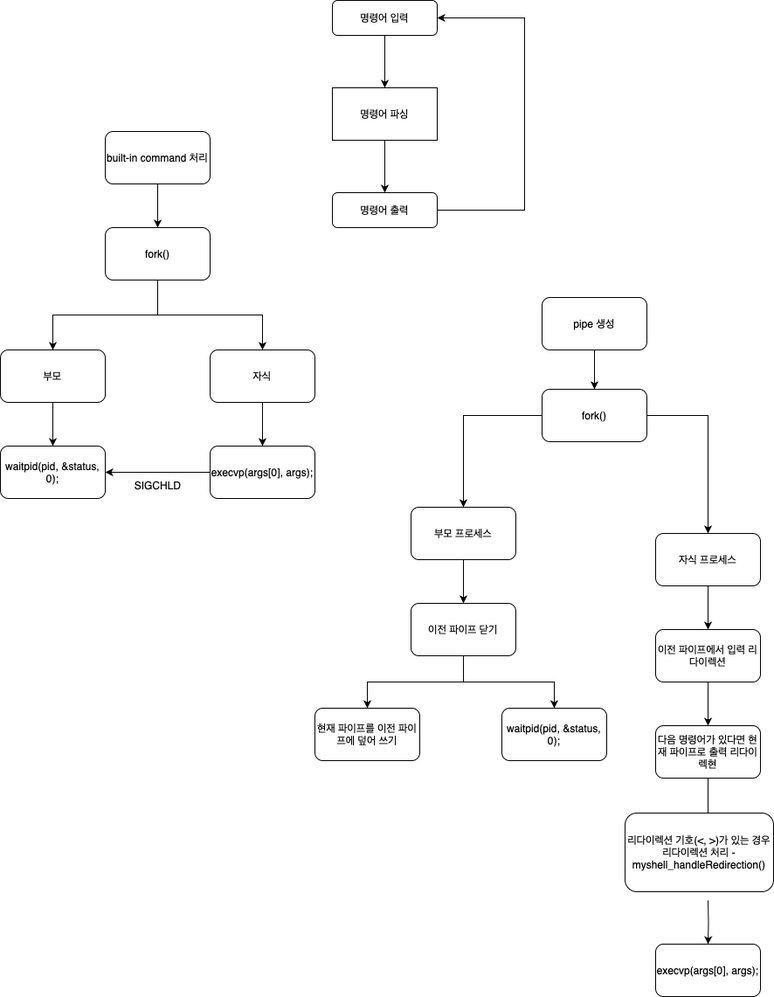
Above: 제목 없는 다이어그램.drawio.png in revenantonthemission/CSE4100-Project-2 (draw.io), before the change. Source tidied: cells renumbered, new cells last; positions are measured from the earlier drawing's top-left corner, leaving out a move shared by most shapes.
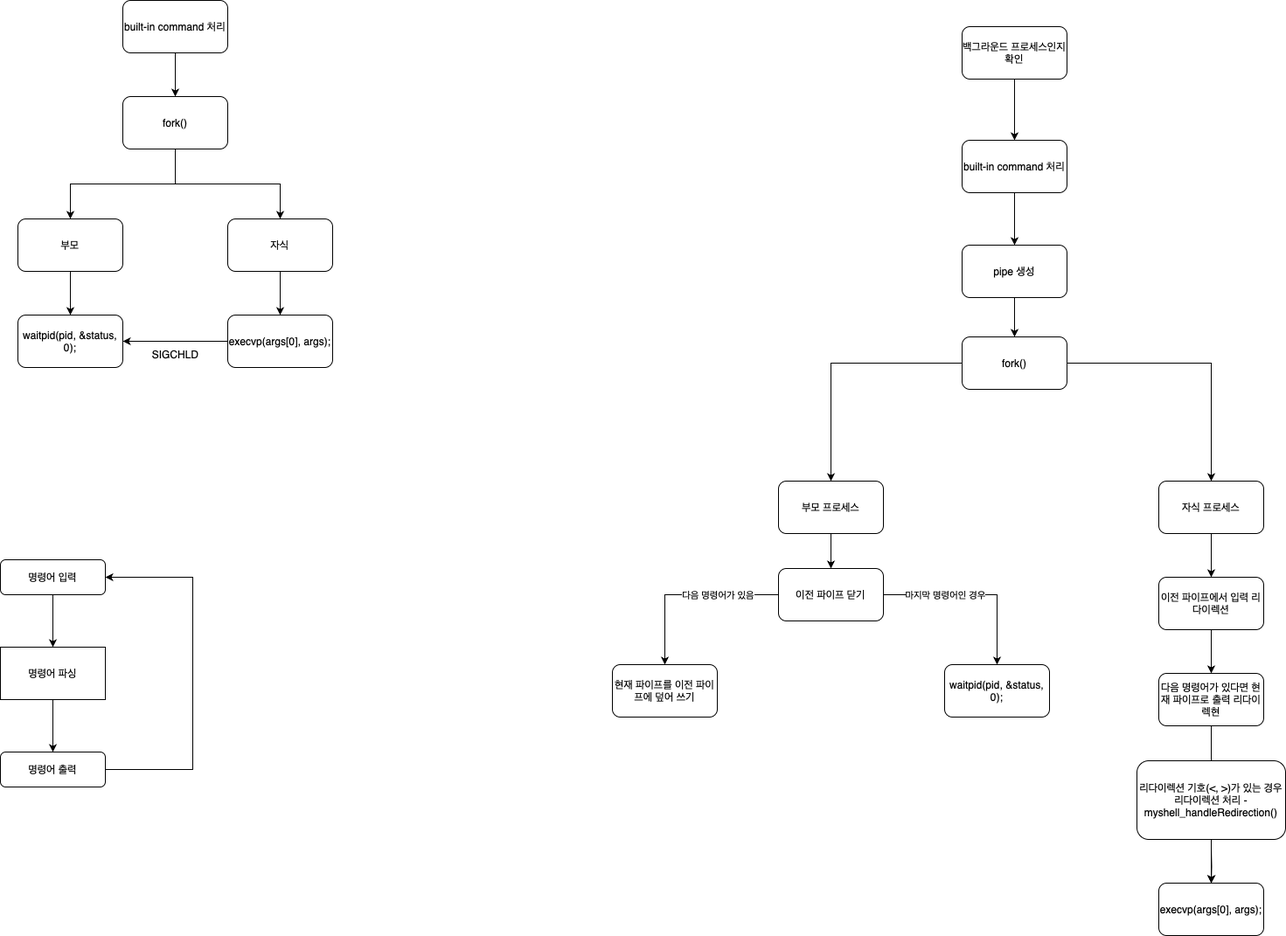
The same file after the commit.

Commit message:
제목 없는 다이어그램.drawio.png 업데이트

What changed in the source:
```diff
@@ -5,7 +5,7 @@
     <mxCell id="2" style="edgeStyle=elbowEdgeStyle;rounded=0;jettySize=auto;html=1;entryX=1;entryY=0.5;entryDx=0;entryDy=0;exitX=1;exitY=0.5;exitDx=0;exitDy=0;" parent="1" edge="1" source="5" target="4">
       <mxGeometry relative="1" as="geometry">
         <Array as="points">
-          <mxPoint x="600" y="110" />
+          <mxPoint x="-260" y="810" />
         </Array>
       </mxGeometry>
     </mxCell>
@@ -13,16 +13,16 @@
       <mxGeometry relative="1" as="geometry" />
     </mxCell>
     <mxCell id="4" value="명령어 입력" style="rounded=1;whiteSpace=wrap;html=1;fontSize=12;glass=0;strokeWidth=1;shadow=0;" parent="1" vertex="1">
-      <mxGeometry x="380" width="120" height="40" as="geometry" />
+      <mxGeometry x="-480" y="700" width="120" height="40" as="geometry" />
     </mxCell>
     <mxCell id="5" value="명령어 출력" style="rounded=1;whiteSpace=wrap;html=1;fontSize=12;glass=0;strokeWidth=1;shadow=0;" parent="1" vertex="1">
-      <mxGeometry x="380" y="220" width="120" height="40" as="geometry" />
+      <mxGeometry x="-480" y="920" width="120" height="40" as="geometry" />
     </mxCell>
     <mxCell id="6" style="edgeStyle=orthogonalEdgeStyle;rounded=0;jettySize=auto;html=1;" parent="1" edge="1" source="7" target="5">
       <mxGeometry relative="1" as="geometry" />
     </mxCell>
     <mxCell id="7" value="명령어 파싱" style="rounded=0;whiteSpace=wrap;html=1;" parent="1" vertex="1">
-      <mxGeometry x="380" y="100" width="120" height="60" as="geometry" />
+      <mxGeometry x="-480" y="800" width="120" height="60" as="geometry" />
     </mxCell>
     <mxCell id="8" style="edgeStyle=orthogonalEdgeStyle;rounded=0;jettySize=auto;html=1;" parent="1" edge="1" source="10" target="12">
       <mxGeometry relative="1" as="geometry" />
@@ -31,43 +31,43 @@
       <mxGeometry relative="1" as="geometry" />
     </mxCell>
     <mxCell id="10" value="fork()" style="rounded=1;whiteSpace=wrap;html=1;" parent="1" vertex="1">
-      <mxGeometry x="120" y="260" width="120" height="60" as="geometry" />
+      <mxGeometry x="-340" y="170" width="120" height="60" as="geometry" />
     </mxCell>
     <mxCell id="11" style="edgeStyle=orthogonalEdgeStyle;rounded=0;jettySize=auto;html=1;" parent="1" edge="1" source="12" target="16">
       <mxGeometry relative="1" as="geometry" />
     </mxCell>
     <mxCell id="12" value="자식" style="whiteSpace=wrap;html=1;rounded=1;" parent="1" vertex="1">
-      <mxGeometry x="240" y="400" width="120" height="60" as="geometry" />
+      <mxGeometry x="-220" y="310" width="120" height="60" as="geometry" />
     </mxCell>
     <mxCell id="13" style="edgeStyle=orthogonalEdgeStyle;rounded=0;jettySize=auto;html=1;" parent="1" edge="1" source="14" target="17">
       <mxGeometry relative="1" as="geometry" />
     </mxCell>
     <mxCell id="14" value="부모" style="rounded=1;whiteSpace=wrap;html=1;" parent="1" vertex="1">
-      <mxGeometry y="400" width="120" height="60" as="geometry" />
+      <mxGeometry x="-460" y="310" width="120" height="60" as="geometry" />
     </mxCell>
     <mxCell id="15" style="edgeStyle=orthogonalEdgeStyle;rounded=0;jettySize=auto;html=1;entryX=1;entryY=0.5;entryDx=0;entryDy=0;" parent="1" edge="1" source="16" target="17">
       <mxGeometry relative="1" as="geometry" />
     </mxCell>
     <mxCell id="16" value="execvp(args[0], args);" style="whiteSpace=wrap;html=1;rounded=1;" parent="1" vertex="1">
-      <mxGeometry x="240" y="510" width="120" height="60" as="geometry" />
+      <mxGeometry x="-220" y="420" width="120" height="60" as="geometry" />
     </mxCell>
     <mxCell id="17" value="waitpid(pid, &amp;amp;status, 0);" style="rounded=1;whiteSpace=wrap;html=1;" parent="1" vertex="1">
-      <mxGeometry y="510" width="120" height="60" as="geometry" />
+      <mxGeometry x="-460" y="420" width="120" height="60" as="geometry" />
     </mxCell>
     <mxCell id="18" style="edgeStyle=orthogonalEdgeStyle;rounded=0;jettySize=auto;html=1;" parent="1" edge="1" source="19" target="10">
       <mxGeometry relative="1" as="geometry" />
     </mxCell>
     <mxCell id="19" value="built-in command 처리" style="rounded=1;whiteSpace=wrap;html=1;" parent="1" vertex="1">
-      <mxGeometry x="120" y="150" width="120" height="60" as="geometry" />
+      <mxGeometry x="-340" y="60" width="120" height="60" as="geometry" />
     </mxCell>
     <mxCell id="20" value="SIGCHLD" style="text;html=1;align=center;verticalAlign=middle;strokeColor=none;fillColor=none;" parent="1" vertex="1">
-      <mxGeometry x="140" y="540" width="80" height="30" as="geometry" />
+      <mxGeometry x="-320" y="450" width="80" height="30" as="geometry" />
     </mxCell>
     <mxCell id="21" style="edgeStyle=orthogonalEdgeStyle;rounded=0;jettySize=auto;html=1;" parent="1" edge="1" source="22" target="31">
       <mxGeometry relative="1" as="geometry" />
     </mxCell>
     <mxCell id="22" value="자식 프로세스" style="rounded=1;whiteSpace=wrap;html=1;" parent="1" vertex="1">
-      <mxGeometry x="750" y="610" width="120" height="60" as="geometry" />
+      <mxGeometry x="845" y="610" width="120" height="60" as="geometry" />
     </mxCell>
     <mxCell id="23" style="edgeStyle=orthogonalEdgeStyle;rounded=0;jettySize=auto;html=1;" parent="1" edge="1" source="25" target="22">
       <mxGeometry relative="1" as="geometry" />
@@ -88,47 +88,72 @@
       <mxGeometry relative="1" as="geometry" />
     </mxCell>
     <mxCell id="29" value="부모 프로세스" style="rounded=1;whiteSpace=wrap;html=1;" parent="1" vertex="1">
-      <mxGeometry x="470" y="580" width="120" height="60" as="geometry" />
+      <mxGeometry x="410" y="610" width="120" height="60" as="geometry" />
     </mxCell>
     <mxCell id="30" style="edgeStyle=orthogonalEdgeStyle;rounded=0;jettySize=auto;html=1;" parent="1" edge="1" source="31" target="33">
       <mxGeometry relative="1" as="geometry" />
     </mxCell>
     <mxCell id="31" value="이전 파이프에서 입력 리다이렉션" style="rounded=1;whiteSpace=wrap;html=1;" parent="1" vertex="1">
-      <mxGeometry x="750" y="720" width="120" height="60" as="geometry" />
+      <mxGeometry x="845" y="720" width="120" height="60" as="geometry" />
     </mxCell>
     <mxCell id="32" style="edgeStyle=orthogonalEdgeStyle;rounded=0;jettySize=auto;html=1;" parent="1" edge="1" source="33">
       <mxGeometry relative="1" as="geometry">
-        <mxPoint x="810" y="940" as="targetPoint" />
+        <mxPoint x="905" y="940" as="targetPoint" />
       </mxGeometry>
     </mxCell>
     <mxCell id="33" value="다음 명령어가 있다면 현재 파이프로 출력 리다이렉현" style="rounded=1;whiteSpace=wrap;html=1;" parent="1" vertex="1">
-      <mxGeometry x="750" y="830" width="120" height="60" as="geometry" />
+      <mxGeometry x="845" y="830" width="120" height="60" as="geometry" />
     </mxCell>
     <mxCell id="34" style="edgeStyle=orthogonalEdgeStyle;rounded=0;jettySize=auto;html=1;" parent="1" edge="1" target="36">
       <mxGeometry relative="1" as="geometry">
-        <mxPoint x="810" y="1030" as="sourcePoint" />
+        <mxPoint x="905" y="1030" as="sourcePoint" />
       </mxGeometry>
     </mxCell>
+    <mxCell id="42" style="edgeStyle=orthogonalEdgeStyle;rounded=0;jettySize=auto;html=1;" parent="1" edge="1" source="35" target="36">
+      <mxGeometry relative="1" as="geometry" />
+    </mxCell>
     <mxCell id="35" value="리다이렉션 기호(&amp;lt;, &amp;gt;)가 있는 경우 리다이렉션 처리 - myshell_handleRedirection()" style="rounded=1;whiteSpace=wrap;html=1;" parent="1" vertex="1">
-      <mxGeometry x="715" y="930" width="170" height="90" as="geometry" />
+      <mxGeometry x="820" y="930" width="170" height="90" as="geometry" />
     </mxCell>
     <mxCell id="36" value="execvp(args[0], args);" style="rounded=1;whiteSpace=wrap;html=1;" parent="1" vertex="1">
-      <mxGeometry x="750" y="1080" width="120" height="60" as="geometry" />
+      <mxGeometry x="845" y="1070" width="120" height="60" as="geometry" />
     </mxCell>
     <mxCell id="37" style="edgeStyle=orthogonalEdgeStyle;rounded=0;jettySize=auto;html=1;" parent="1" edge="1" source="39" target="40">
       <mxGeometry relative="1" as="geometry" />
     </mxCell>
+    <mxCell id="43" value="다음 명령어가 있음" style="edgeLabel;html=1;align=center;verticalAlign=middle;" parent="37" vertex="1">
+      <mxGeometry x="-0.05" y="-1" relative="1" as="geometry">
+        <mxPoint x="30" y="1" as="offset" />
+      </mxGeometry>
+    </mxCell>
     <mxCell id="38" style="edgeStyle=orthogonalEdgeStyle;rounded=0;jettySize=auto;html=1;entryX=0.5;entryY=0;entryDx=0;entryDy=0;" parent="1" edge="1" source="39" target="41">
       <mxGeometry relative="1" as="geometry" />
     </mxCell>
+    <mxCell id="44" value="마지막 명령어인 경우" style="edgeLabel;html=1;align=center;verticalAlign=middle;" parent="38" vertex="1">
+      <mxGeometry x="-0.13" y="2" relative="1" as="geometry">
+        <mxPoint x="-21" y="2" as="offset" />
+      </mxGeometry>
+    </mxCell>
     <mxCell id="39" value="이전 파이프 닫기" style="rounded=1;whiteSpace=wrap;html=1;" parent="1" vertex="1">
-      <mxGeometry x="470" y="690" width="120" height="60" as="geometry" />
+      <mxGeometry x="410" y="710" width="120" height="60" as="geometry" />
     </mxCell>
     <mxCell id="40" value="현재 파이프를 이전 파이프에 덮어 쓰기" style="rounded=1;whiteSpace=wrap;html=1;" parent="1" vertex="1">
-      <mxGeometry x="360" y="810" width="120" height="60" as="geometry" />
+      <mxGeometry x="220" y="820" width="120" height="60" as="geometry" />
     </mxCell>
     <mxCell id="41" value="waitpid(pid, &amp;amp;status, 0);" style="rounded=1;whiteSpace=wrap;html=1;" parent="1" vertex="1">
-      <mxGeometry x="574" y="810" width="120" height="60" as="geometry" />
+      <mxGeometry x="600" y="820" width="120" height="60" as="geometry" />
     </mxCell>
+    <mxCell id="45" style="edgeStyle=orthogonalEdgeStyle;rounded=0;jettySize=auto;html=1;" parent="1" edge="1" source="46" target="48">
+      <mxGeometry relative="1" as="geometry" />
+    </mxCell>
+    <mxCell id="46" value="백그라운드 프로세스인지 확인" style="rounded=1;whiteSpace=wrap;html=1;" parent="1" vertex="1">
+      <mxGeometry x="620" y="90" width="120" height="60" as="geometry" />
+    </mxCell>
+    <mxCell id="47" style="edgeStyle=orthogonalEdgeStyle;rounded=0;jettySize=auto;html=1;" parent="1" edge="1" source="48" target="27">
+      <mxGeometry relative="1" as="geometry" />
+    </mxCell>
+    <mxCell id="48" value="built-in command 처리" style="rounded=1;whiteSpace=wrap;html=1;" parent="1" vertex="1">
+      <mxGeometry x="620" y="220" width="120" height="60" as="geometry" />
+    </mxCell>
   </root>
 </mxGraphModel>
```
